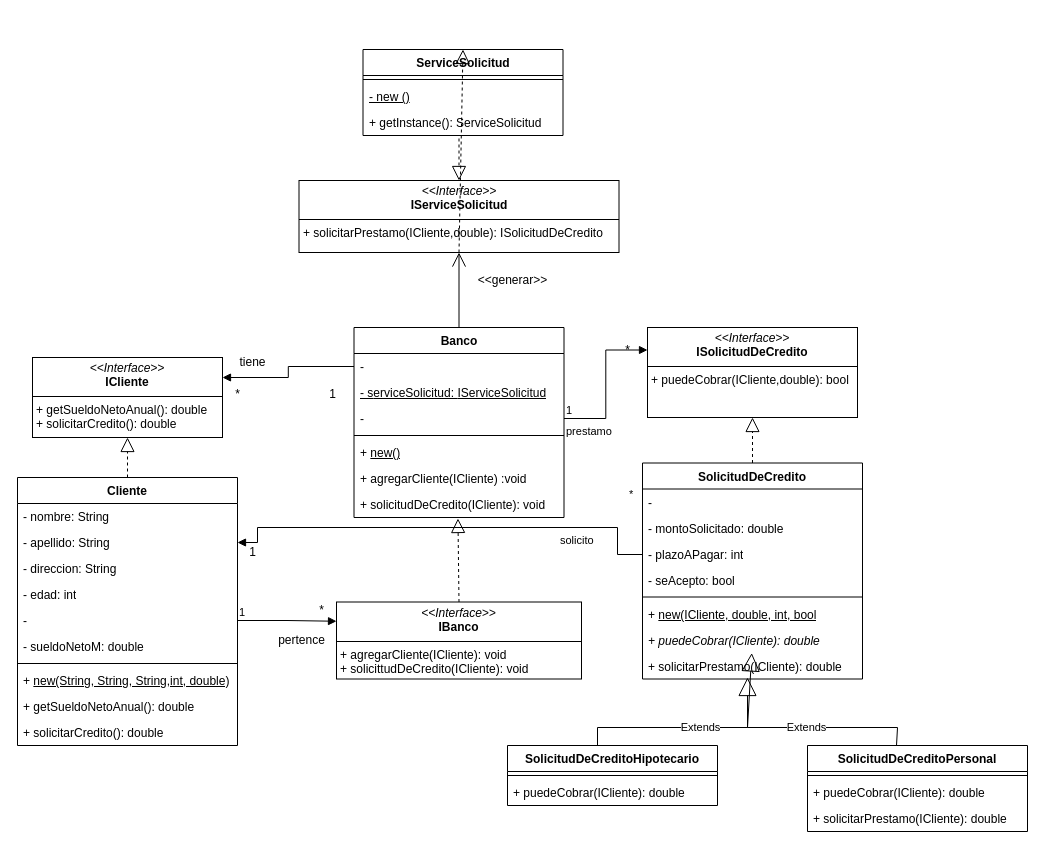
tomasmendoza-unq/objetos2 keeps this draw.io diagram as TP-SOLID/banco-prestamos.drawio. Above is the earlier version. Source tidied: cells renumbered, new cells numbered last; positions are measured from the earlier drawing's top-left corner, leaving out a move shared by most shapes. Both pictures are drawn from the tidied source at 100%, with x=0, y=0 at pixel (17, 49).
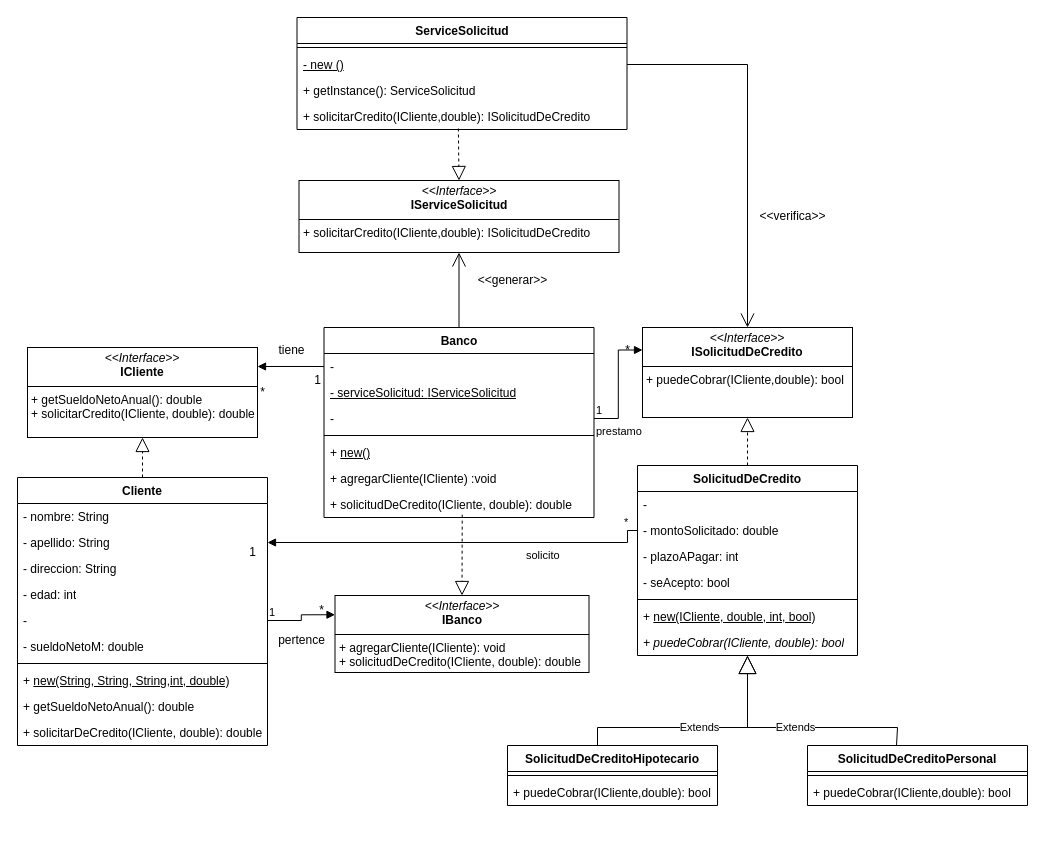
After the change.

The change refers to these unchanged cells:
```xml
<mxCell id="38" value="-" style="text;strokeColor=none;fillColor=none;align=left;verticalAlign=top;spacingLeft=4;spacingRight=4;overflow=hidden;points=[[0,0.5],[1,0.5]];portConstraint=eastwest;whiteSpace=wrap;html=1;" parent="37" vertex="1">
  <mxGeometry y="26" width="220" height="26" as="geometry" />
</mxCell>
<mxCell id="39" value="- montoSolicitado: double" style="text;strokeColor=none;fillColor=none;align=left;verticalAlign=top;spacingLeft=4;spacingRight=4;overflow=hidden;points=[[0,0.5],[1,0.5]];portConstraint=eastwest;whiteSpace=wrap;html=1;" parent="37" vertex="1">
  <mxGeometry y="52" width="220" height="26" as="geometry" />
</mxCell>
<mxCell id="50" value="SolicitudDeCreditoHipotecario" style="swimlane;fontStyle=1;align=center;verticalAlign=top;horizontal=1;startSize=26;whiteSpace=wrap;html=1;" parent="1" vertex="1">
  <mxGeometry x="490" y="696" width="210" height="60" as="geometry" />
</mxCell>
```

Change to the diagram source:
```diff
@@
     <mxCell id="2" value="Cliente" style="swimlane;fontStyle=1;align=center;verticalAlign=top;horizontal=1;startSize=26;whiteSpace=wrap;html=1;" parent="1" vertex="1">
-      <mxGeometry y="428" width="220" height="268" as="geometry" />
+      <mxGeometry y="428" width="250" height="268" as="geometry" />
     </mxCell>
     <mxCell id="3" value="- nombre: String" style="text;strokeColor=none;fillColor=none;align=left;verticalAlign=top;spacingLeft=4;spacingRight=4;overflow=hidden;whiteSpace=wrap;html=1;" parent="2" vertex="1">
-      <mxGeometry y="26" width="220" height="26" as="geometry" />
+      <mxGeometry y="26" width="250" height="26" as="geometry" />
     </mxCell>
     <mxCell id="4" value="- apellido: String" style="text;strokeColor=none;fillColor=none;align=left;verticalAlign=top;spacingLeft=4;spacingRight=4;overflow=hidden;points=[[0,0.5],[1,0.5]];portConstraint=eastwest;whiteSpace=wrap;html=1;" parent="2" vertex="1">
-      <mxGeometry y="52" width="220" height="26" as="geometry" />
+      <mxGeometry y="52" width="250" height="26" as="geometry" />
     </mxCell>
     <mxCell id="5" value="- direccion: String" style="text;strokeColor=none;fillColor=none;align=left;verticalAlign=top;spacingLeft=4;spacingRight=4;overflow=hidden;whiteSpace=wrap;html=1;" parent="2" vertex="1">
-      <mxGeometry y="78" width="220" height="26" as="geometry" />
+      <mxGeometry y="78" width="250" height="26" as="geometry" />
     </mxCell>
     <mxCell id="6" value="- edad: int" style="text;strokeColor=none;fillColor=none;align=left;verticalAlign=top;spacingLeft=4;spacingRight=4;overflow=hidden;whiteSpace=wrap;html=1;" parent="2" vertex="1">
-      <mxGeometry y="104" width="220" height="26" as="geometry" />
+      <mxGeometry y="104" width="250" height="26" as="geometry" />
     </mxCell>
     <mxCell id="7" value="-" style="text;strokeColor=none;fillColor=none;align=left;verticalAlign=top;spacingLeft=4;spacingRight=4;overflow=hidden;points=[[0,0.5],[1,0.5]];portConstraint=eastwest;whiteSpace=wrap;html=1;" parent="2" vertex="1">
-      <mxGeometry y="130" width="220" height="26" as="geometry" />
+      <mxGeometry y="130" width="250" height="26" as="geometry" />
     </mxCell>
     <mxCell id="8" value="- sueldoNetoM: double" style="text;strokeColor=none;fillColor=none;align=left;verticalAlign=top;spacingLeft=4;spacingRight=4;overflow=hidden;whiteSpace=wrap;html=1;" parent="2" vertex="1">
-      <mxGeometry y="156" width="220" height="26" as="geometry" />
+      <mxGeometry y="156" width="250" height="26" as="geometry" />
     </mxCell>
     <mxCell id="9" style="line;strokeWidth=1;fillColor=none;align=left;verticalAlign=middle;spacingTop=-1;spacingLeft=3;spacingRight=3;labelPosition=right;strokeColor=inherit;" parent="2" vertex="1">
-      <mxGeometry y="182" width="220" height="8" as="geometry" />
+      <mxGeometry y="182" width="250" height="8" as="geometry" />
     </mxCell>
     <mxCell id="10" value="+ &lt;u&gt;new(String, String, String,int, double)&lt;/u&gt;" style="text;strokeColor=none;fillColor=none;align=left;verticalAlign=top;spacingLeft=4;spacingRight=4;overflow=hidden;whiteSpace=wrap;html=1;" parent="2" vertex="1">
-      <mxGeometry y="190" width="220" height="26" as="geometry" />
+      <mxGeometry y="190" width="250" height="26" as="geometry" />
     </mxCell>
     <mxCell id="11" value="+ getSueldoNetoAnual(): double" style="text;strokeColor=none;fillColor=none;align=left;verticalAlign=top;spacingLeft=4;spacingRight=4;overflow=hidden;whiteSpace=wrap;html=1;" parent="2" vertex="1">
-      <mxGeometry y="216" width="220" height="26" as="geometry" />
+      <mxGeometry y="216" width="250" height="26" as="geometry" />
     </mxCell>
-    <mxCell id="12" value="+ solicitarCredito(): double" style="text;strokeColor=none;fillColor=none;align=left;verticalAlign=top;spacingLeft=4;spacingRight=4;overflow=hidden;whiteSpace=wrap;html=1;" parent="2" vertex="1">
-      <mxGeometry y="242" width="220" height="26" as="geometry" />
+    <mxCell id="12" value="+ solicitarDeCredito(ICliente, double): double" style="text;strokeColor=none;fillColor=none;align=left;verticalAlign=top;spacingLeft=4;spacingRight=4;overflow=hidden;whiteSpace=wrap;html=1;" parent="2" vertex="1">
+      <mxGeometry y="242" width="250" height="26" as="geometry" />
     </mxCell>
-    <mxCell id="13" value="&lt;p style=&quot;margin:0px;margin-top:4px;text-align:center;&quot;&gt;&lt;i&gt;&amp;lt;&amp;lt;Interface&amp;gt;&amp;gt;&lt;/i&gt;&lt;br&gt;&lt;b&gt;ICliente&lt;/b&gt;&lt;/p&gt;&lt;hr size=&quot;1&quot; style=&quot;border-style:solid;&quot;&gt;&lt;p style=&quot;margin:0px;margin-left:4px;&quot;&gt;+ getSueldoNetoAnual(): double&lt;/p&gt;&lt;p style=&quot;margin:0px;margin-left:4px;&quot;&gt;+ solicitarCredito(): double&lt;/p&gt;" style="verticalAlign=top;align=left;overflow=fill;html=1;whiteSpace=wrap;" parent="1" vertex="1">
-      <mxGeometry x="15" y="308" width="190" height="80" as="geometry" />
+    <mxCell id="13" value="&lt;p style=&quot;margin:0px;margin-top:4px;text-align:center;&quot;&gt;&lt;i&gt;&amp;lt;&amp;lt;Interface&amp;gt;&amp;gt;&lt;/i&gt;&lt;br&gt;&lt;b&gt;ICliente&lt;/b&gt;&lt;/p&gt;&lt;hr size=&quot;1&quot; style=&quot;border-style:solid;&quot;&gt;&lt;p style=&quot;margin:0px;margin-left:4px;&quot;&gt;+ getSueldoNetoAnual(): double&lt;/p&gt;&lt;p style=&quot;margin:0px;margin-left:4px;&quot;&gt;+ solicitarCredito(ICliente, double): double&lt;/p&gt;" style="verticalAlign=top;align=left;overflow=fill;html=1;whiteSpace=wrap;" parent="1" vertex="1">
+      <mxGeometry x="10" y="298" width="230" height="90" as="geometry" />
     </mxCell>
@@
     <mxCell id="15" value="Banco" style="swimlane;fontStyle=1;align=center;verticalAlign=top;horizontal=1;startSize=26;whiteSpace=wrap;html=1;" parent="1" vertex="1">
-      <mxGeometry x="336.5" y="278" width="210" height="190" as="geometry" />
+      <mxGeometry x="306.5" y="278" width="270" height="190" as="geometry" />
     </mxCell>
     <mxCell id="16" value="-&amp;nbsp;" style="text;strokeColor=none;fillColor=none;align=left;verticalAlign=top;spacingLeft=4;spacingRight=4;overflow=hidden;points=[[0,0.5],[1,0.5]];portConstraint=eastwest;whiteSpace=wrap;html=1;" parent="15" vertex="1">
-      <mxGeometry y="26" width="210" height="26" as="geometry" />
+      <mxGeometry y="26" width="270" height="26" as="geometry" />
     </mxCell>
     <mxCell id="17" value="&lt;u&gt;- s&lt;/u&gt;&lt;u&gt;erviceSolicitud:&amp;nbsp;&lt;/u&gt;&lt;u&gt;IServiceSolicitud&lt;/u&gt;" style="text;strokeColor=none;fillColor=none;align=left;verticalAlign=top;spacingLeft=4;spacingRight=4;overflow=hidden;whiteSpace=wrap;html=1;" parent="15" vertex="1">
-      <mxGeometry y="52" width="210" height="26" as="geometry" />
+      <mxGeometry y="52" width="270" height="26" as="geometry" />
     </mxCell>
     <mxCell id="18" value="-" style="text;strokeColor=none;fillColor=none;align=left;verticalAlign=top;spacingLeft=4;spacingRight=4;overflow=hidden;points=[[0,0.5],[1,0.5]];portConstraint=eastwest;whiteSpace=wrap;html=1;" parent="15" vertex="1">
-      <mxGeometry y="78" width="210" height="26" as="geometry" />
+      <mxGeometry y="78" width="270" height="26" as="geometry" />
     </mxCell>
     <mxCell id="19" style="line;strokeWidth=1;fillColor=none;align=left;verticalAlign=middle;spacingTop=-1;spacingLeft=3;spacingRight=3;labelPosition=right;strokeColor=inherit;" parent="15" vertex="1">
-      <mxGeometry y="104" width="210" height="8" as="geometry" />
+      <mxGeometry y="104" width="270" height="8" as="geometry" />
     </mxCell>
     <mxCell id="20" value="+ &lt;u&gt;new()&lt;/u&gt;" style="text;strokeColor=none;fillColor=none;align=left;verticalAlign=top;spacingLeft=4;spacingRight=4;overflow=hidden;whiteSpace=wrap;html=1;" parent="15" vertex="1">
-      <mxGeometry y="112" width="210" height="26" as="geometry" />
+      <mxGeometry y="112" width="270" height="26" as="geometry" />
     </mxCell>
     <mxCell id="21" value="+ agregarCliente(ICliente) :void" style="text;strokeColor=none;fillColor=none;align=left;verticalAlign=top;spacingLeft=4;spacingRight=4;overflow=hidden;whiteSpace=wrap;html=1;" parent="15" vertex="1">
-      <mxGeometry y="138" width="210" height="26" as="geometry" />
+      <mxGeometry y="138" width="270" height="26" as="geometry" />
     </mxCell>
-    <mxCell id="22" value="+ solicitudDeCredito(ICliente): void" style="text;strokeColor=none;fillColor=none;align=left;verticalAlign=top;spacingLeft=4;spacingRight=4;overflow=hidden;points=[[0,0.5],[1,0.5]];portConstraint=eastwest;whiteSpace=wrap;html=1;" parent="15" vertex="1">
-      <mxGeometry y="164" width="210" height="26" as="geometry" />
+    <mxCell id="22" value="+ solicitudDeCredito(ICliente, double): double" style="text;strokeColor=none;fillColor=none;align=left;verticalAlign=top;spacingLeft=4;spacingRight=4;overflow=hidden;points=[[0,0.5],[1,0.5]];portConstraint=eastwest;whiteSpace=wrap;html=1;" parent="15" vertex="1">
+      <mxGeometry y="164" width="270" height="26" as="geometry" />
     </mxCell>
     <mxCell id="23" value="*" style="text;html=1;align=center;verticalAlign=middle;strokeColor=none;fillColor=none;" parent="1" vertex="1">
-      <mxGeometry x="205" y="330" width="30" height="30" as="geometry" />
+      <mxGeometry x="230" y="328" width="30" height="30" as="geometry" />
     </mxCell>
-    <mxCell id="24" value="&lt;p style=&quot;margin:0px;margin-top:4px;text-align:center;&quot;&gt;&lt;i&gt;&amp;lt;&amp;lt;Interface&amp;gt;&amp;gt;&lt;/i&gt;&lt;br&gt;&lt;b&gt;IBanco&lt;/b&gt;&lt;/p&gt;&lt;hr size=&quot;1&quot; style=&quot;border-style:solid;&quot;&gt;&lt;p style=&quot;margin:0px;margin-left:4px;&quot;&gt;+ agregarCliente(ICliente): void&lt;/p&gt;&lt;p style=&quot;margin:0px;margin-left:4px;&quot;&gt;+ solicittudDeCredito(ICliente): void&lt;/p&gt;" style="verticalAlign=top;align=left;overflow=fill;html=1;whiteSpace=wrap;" parent="1" vertex="1">
-      <mxGeometry x="319" y="552.5" width="245" height="77" as="geometry" />
+    <mxCell id="24" value="&lt;p style=&quot;margin:0px;margin-top:4px;text-align:center;&quot;&gt;&lt;i&gt;&amp;lt;&amp;lt;Interface&amp;gt;&amp;gt;&lt;/i&gt;&lt;br&gt;&lt;b&gt;IBanco&lt;/b&gt;&lt;/p&gt;&lt;hr size=&quot;1&quot; style=&quot;border-style:solid;&quot;&gt;&lt;p style=&quot;margin:0px;margin-left:4px;&quot;&gt;+ agregarCliente(ICliente): void&lt;/p&gt;&lt;p style=&quot;margin:0px;margin-left:4px;&quot;&gt;+ solicitudDeCredito(ICliente, double): double&lt;/p&gt;" style="verticalAlign=top;align=left;overflow=fill;html=1;whiteSpace=wrap;" parent="1" vertex="1">
+      <mxGeometry x="317.5" y="546" width="254" height="77" as="geometry" />
     </mxCell>
@@
     <mxCell id="26" value="tiene" style="text;html=1;align=center;verticalAlign=middle;strokeColor=none;fillColor=none;" parent="1" vertex="1">
-      <mxGeometry x="210" y="298" width="50" height="30" as="geometry" />
+      <mxGeometry x="249" y="286" width="50" height="30" as="geometry" />
     </mxCell>
     <mxCell id="27" value="1" style="text;html=1;align=center;verticalAlign=middle;strokeColor=none;fillColor=none;" parent="1" vertex="1">
-      <mxGeometry x="300" y="330" width="30" height="30" as="geometry" />
+      <mxGeometry x="284.5" y="316" width="30" height="30" as="geometry" />
     </mxCell>
-    <mxCell id="28" style="endArrow=block;endFill=1;html=1;edgeStyle=orthogonalEdgeStyle;align=left;verticalAlign=top;rounded=0;exitX=0;exitY=0.5;exitDx=0;exitDy=0;entryX=1;entryY=0.25;entryDx=0;entryDy=0;" parent="1" edge="1" source="16" target="13">
+    <mxCell id="28" style="endArrow=block;endFill=1;html=1;edgeStyle=orthogonalEdgeStyle;align=left;verticalAlign=top;rounded=0;exitX=0;exitY=0.5;exitDx=0;exitDy=0;entryX=1;entryY=0.211;entryDx=0;entryDy=0;entryPerimeter=0;" parent="1" edge="1" source="16" target="13">
       <mxGeometry x="-1" relative="1" as="geometry" />
     </mxCell>
@@
-    <mxCell id="32" style="endArrow=block;dashed=1;endFill=0;endSize=12;html=1;rounded=0;exitX=0.5;exitY=0;exitDx=0;exitDy=0;entryX=0.495;entryY=1.038;entryDx=0;entryDy=0;entryPerimeter=0;" parent="1" edge="1" source="24" target="22">
-      <mxGeometry relative="1" as="geometry" />
-    </mxCell>
     <mxCell id="33" value="&lt;p style=&quot;margin:0px;margin-top:4px;text-align:center;&quot;&gt;&lt;i&gt;&amp;lt;&amp;lt;Interface&amp;gt;&amp;gt;&lt;/i&gt;&lt;br&gt;&lt;b&gt;ISolicitudDeCredito&lt;/b&gt;&lt;/p&gt;&lt;hr size=&quot;1&quot; style=&quot;border-style:solid;&quot;&gt;&lt;p style=&quot;margin:0px;margin-left:4px;&quot;&gt;&lt;span style=&quot;background-color: transparent; color: light-dark(rgb(0, 0, 0), rgb(255, 255, 255));&quot;&gt;+ puedeCobrar(ICliente,double): bool&lt;/span&gt;&lt;/p&gt;" style="verticalAlign=top;align=left;overflow=fill;html=1;whiteSpace=wrap;" parent="1" vertex="1">
-      <mxGeometry x="630" y="278" width="210" height="90" as="geometry" />
+      <mxGeometry x="625" y="278" width="210" height="90" as="geometry" />
     </mxCell>
@@
     <mxCell id="37" value="SolicitudDeCredito" style="swimlane;fontStyle=1;align=center;verticalAlign=top;horizontal=1;startSize=26;whiteSpace=wrap;html=1;" parent="1" vertex="1">
-      <mxGeometry x="625" y="413.5" width="220" height="216" as="geometry" />
+      <mxGeometry x="620" y="416" width="220" height="190" as="geometry" />
     </mxCell>
@@
-    <mxCell id="43" value="+ &lt;u&gt;new(ICliente, double, int, bool&lt;/u&gt;" style="text;strokeColor=none;fillColor=none;align=left;verticalAlign=top;spacingLeft=4;spacingRight=4;overflow=hidden;whiteSpace=wrap;html=1;" parent="37" vertex="1">
+    <mxCell id="43" value="+ &lt;u&gt;new(ICliente, double, int, bool)&lt;/u&gt;" style="text;strokeColor=none;fillColor=none;align=left;verticalAlign=top;spacingLeft=4;spacingRight=4;overflow=hidden;whiteSpace=wrap;html=1;" parent="37" vertex="1">
       <mxGeometry y="138" width="220" height="26" as="geometry" />
     </mxCell>
-    <mxCell id="44" value="&lt;i&gt;+ puedeCobrar(ICliente): double&lt;/i&gt;" style="text;strokeColor=none;fillColor=none;align=left;verticalAlign=top;spacingLeft=4;spacingRight=4;overflow=hidden;points=[[0,0.5],[1,0.5]];portConstraint=eastwest;whiteSpace=wrap;html=1;" parent="37" vertex="1">
+    <mxCell id="44" value="&lt;i&gt;+ puedeCobrar(ICliente, double): bool&lt;/i&gt;" style="text;strokeColor=none;fillColor=none;align=left;verticalAlign=top;spacingLeft=4;spacingRight=4;overflow=hidden;points=[[0,0.5],[1,0.5]];portConstraint=eastwest;whiteSpace=wrap;html=1;" parent="37" vertex="1">
       <mxGeometry y="164" width="220" height="26" as="geometry" />
     </mxCell>
-    <mxCell id="45" value="+ solicitarPrestamo(ICliente): double" style="text;strokeColor=none;fillColor=none;align=left;verticalAlign=top;spacingLeft=4;spacingRight=4;overflow=hidden;whiteSpace=wrap;html=1;" parent="37" vertex="1">
-      <mxGeometry y="190" width="220" height="26" as="geometry" />
-    </mxCell>
@@
-    <mxCell id="47" value="solicito" style="endArrow=block;endFill=1;html=1;edgeStyle=orthogonalEdgeStyle;align=left;verticalAlign=top;rounded=0;exitX=0;exitY=0.5;exitDx=0;exitDy=0;entryX=1;entryY=0.5;entryDx=0;entryDy=0;" parent="1" edge="1" source="38" target="4">
+    <mxCell id="47" value="solicito" style="endArrow=block;endFill=1;html=1;edgeStyle=orthogonalEdgeStyle;align=left;verticalAlign=top;rounded=0;entryX=1;entryY=0.5;entryDx=0;entryDy=0;exitX=0;exitY=0.5;exitDx=0;exitDy=0;" parent="1" edge="1" source="39" target="4">
       <mxGeometry x="-0.34" relative="1" as="geometry">
         <Array as="points">
-          <mxPoint x="600" y="505" />
-          <mxPoint x="600" y="478" />
-          <mxPoint x="240" y="478" />
-          <mxPoint x="240" y="493" />
+          <mxPoint x="610" y="481" />
+          <mxPoint x="610" y="493" />
         </Array>
         <mxPoint x="1" as="offset" />
       </mxGeometry>
     </mxCell>
@@
-    <mxCell id="52" value="+ puedeCobrar(ICliente): double" style="text;strokeColor=none;fillColor=none;align=left;verticalAlign=top;spacingLeft=4;spacingRight=4;overflow=hidden;whiteSpace=wrap;html=1;" parent="50" vertex="1">
+    <mxCell id="52" value="+ puedeCobrar(ICliente,double): bool" style="text;strokeColor=none;fillColor=none;align=left;verticalAlign=top;spacingLeft=4;spacingRight=4;overflow=hidden;whiteSpace=wrap;html=1;" parent="50" vertex="1">
       <mxGeometry y="34" width="210" height="26" as="geometry" />
     </mxCell>
     <mxCell id="53" value="SolicitudDeCreditoPersonal" style="swimlane;fontStyle=1;align=center;verticalAlign=top;horizontal=1;startSize=26;whiteSpace=wrap;html=1;" parent="1" vertex="1">
-      <mxGeometry x="790" y="696" width="220" height="86" as="geometry" />
+      <mxGeometry x="790" y="696" width="220" height="60" as="geometry" />
     </mxCell>
@@
-    <mxCell id="55" value="+ puedeCobrar(ICliente): double" style="text;strokeColor=none;fillColor=none;align=left;verticalAlign=top;spacingLeft=4;spacingRight=4;overflow=hidden;whiteSpace=wrap;html=1;" parent="53" vertex="1">
+    <mxCell id="55" value="+ puedeCobrar(ICliente,double): bool" style="text;strokeColor=none;fillColor=none;align=left;verticalAlign=top;spacingLeft=4;spacingRight=4;overflow=hidden;whiteSpace=wrap;html=1;" parent="53" vertex="1">
       <mxGeometry y="34" width="220" height="26" as="geometry" />
     </mxCell>
-    <mxCell id="56" value="+ solicitarPrestamo(ICliente): double" style="text;strokeColor=none;fillColor=none;align=left;verticalAlign=top;spacingLeft=4;spacingRight=4;overflow=hidden;whiteSpace=wrap;html=1;" parent="53" vertex="1">
-      <mxGeometry y="60" width="220" height="26" as="geometry" />
-    </mxCell>
@@
-    <mxCell id="58" value="Extends" style="endArrow=block;endSize=16;endFill=0;html=1;rounded=0;exitX=0.5;exitY=0;exitDx=0;exitDy=0;" parent="1" edge="1">
+    <mxCell id="58" value="Extends" style="endArrow=block;endSize=16;endFill=0;html=1;rounded=0;exitX=0.5;exitY=0;exitDx=0;exitDy=0;" parent="1" edge="1" target="44">
       <mxGeometry relative="1" as="geometry">
         <mxPoint x="879" y="696" as="sourcePoint" />
-        <mxPoint x="730" y="628" as="targetPoint" />
         <Array as="points">
           <mxPoint x="880" y="678" />
           <mxPoint x="730" y="678" />
         </Array>
       </mxGeometry>
     </mxCell>
-    <mxCell id="59" value="&lt;p style=&quot;margin:0px;margin-top:4px;text-align:center;&quot;&gt;&lt;i&gt;&amp;lt;&amp;lt;Interface&amp;gt;&amp;gt;&lt;/i&gt;&lt;br&gt;&lt;b&gt;IServiceSolicitud&lt;/b&gt;&lt;/p&gt;&lt;hr size=&quot;1&quot; style=&quot;border-style:solid;&quot;&gt;&lt;p style=&quot;margin:0px;margin-left:4px;&quot;&gt;+ solicitarPrestamo(ICliente,double): ISolicitudDeCredito&lt;/p&gt;" style="verticalAlign=top;align=left;overflow=fill;html=1;whiteSpace=wrap;" parent="1" vertex="1">
+    <mxCell id="59" value="&lt;p style=&quot;margin:0px;margin-top:4px;text-align:center;&quot;&gt;&lt;i&gt;&amp;lt;&amp;lt;Interface&amp;gt;&amp;gt;&lt;/i&gt;&lt;br&gt;&lt;b&gt;IServiceSolicitud&lt;/b&gt;&lt;/p&gt;&lt;hr size=&quot;1&quot; style=&quot;border-style:solid;&quot;&gt;&lt;p style=&quot;margin:0px;margin-left:4px;&quot;&gt;+ solicitarCredito(ICliente,double): ISolicitudDeCredito&lt;/p&gt;" style="verticalAlign=top;align=left;overflow=fill;html=1;whiteSpace=wrap;" parent="1" vertex="1">
       <mxGeometry x="281.5" y="131" width="320" height="72" as="geometry" />
     </mxCell>
     <mxCell id="60" value="ServiceSolicitud" style="swimlane;fontStyle=1;align=center;verticalAlign=top;horizontal=1;startSize=26;whiteSpace=wrap;html=1;" parent="1" vertex="1">
-      <mxGeometry x="345.5" width="200" height="86" as="geometry" />
+      <mxGeometry x="279.5" y="-32" width="330" height="112" as="geometry" />
     </mxCell>
     <mxCell id="61" style="line;strokeWidth=1;fillColor=none;align=left;verticalAlign=middle;spacingTop=-1;spacingLeft=3;spacingRight=3;labelPosition=right;strokeColor=inherit;" parent="60" vertex="1">
-      <mxGeometry y="26" width="200" height="8" as="geometry" />
+      <mxGeometry y="26" width="330" height="8" as="geometry" />
     </mxCell>
     <mxCell id="62" value="&lt;u&gt;- new ()&lt;/u&gt;" style="text;strokeColor=none;fillColor=none;align=left;verticalAlign=top;spacingLeft=4;spacingRight=4;overflow=hidden;points=[[0,0.5],[1,0.5]];portConstraint=eastwest;whiteSpace=wrap;html=1;" parent="60" vertex="1">
-      <mxGeometry y="34" width="200" height="26" as="geometry" />
+      <mxGeometry y="34" width="330" height="26" as="geometry" />
     </mxCell>
     <mxCell id="63" value="+ getInstance(): ServiceSolicitud" style="text;strokeColor=none;fillColor=none;align=left;verticalAlign=top;spacingLeft=4;spacingRight=4;overflow=hidden;points=[[0,0.5],[1,0.5]];portConstraint=eastwest;whiteSpace=wrap;html=1;" parent="60" vertex="1">
-      <mxGeometry y="60" width="200" height="26" as="geometry" />
+      <mxGeometry y="60" width="330" height="26" as="geometry" />
     </mxCell>
+    <mxCell id="68" value="+ solicitarCredito(ICliente,double): ISolicitudDeCredito" style="text;strokeColor=none;fillColor=none;align=left;verticalAlign=top;spacingLeft=4;spacingRight=4;overflow=hidden;points=[[0,0.5],[1,0.5]];portConstraint=eastwest;whiteSpace=wrap;html=1;" parent="60" vertex="1">
+      <mxGeometry y="86" width="330" height="26" as="geometry" />
+    </mxCell>
-    <mxCell id="64" style="endArrow=block;dashed=1;endFill=0;endSize=12;html=1;rounded=0;exitX=0.48;exitY=1.115;exitDx=0;exitDy=0;exitPerimeter=0;entryX=0.5;entryY=0;entryDx=0;entryDy=0;" parent="1" edge="1" source="63" target="59">
+    <mxCell id="64" style="endArrow=block;dashed=1;endFill=0;endSize=12;html=1;rounded=0;entryX=0.5;entryY=0;entryDx=0;entryDy=0;exitX=0.489;exitY=0.962;exitDx=0;exitDy=0;exitPerimeter=0;" parent="1" edge="1" source="68" target="59">
       <mxGeometry relative="1" as="geometry" />
     </mxCell>
-    <mxCell id="65" style="endArrow=block;dashed=1;endFill=0;endSize=12;html=1;rounded=0;exitX=0.5;exitY=1;exitDx=0;exitDy=0;entryX=0.5;entryY=0;entryDx=0;entryDy=0;" parent="1" edge="1" source="59" target="60">
-      <mxGeometry relative="1" as="geometry" />
-    </mxCell>
@@
+    <mxCell id="69" style="endArrow=open;endFill=1;endSize=12;html=1;rounded=0;exitX=1;exitY=0.5;exitDx=0;exitDy=0;entryX=0.5;entryY=0;entryDx=0;entryDy=0;" parent="1" edge="1" source="62" target="33">
+      <mxGeometry relative="1" as="geometry">
+        <Array as="points">
+          <mxPoint x="730" y="15" />
+        </Array>
+      </mxGeometry>
+    </mxCell>
+    <mxCell id="70" value="&amp;lt;&amp;lt;verifica&amp;gt;&amp;gt;" style="text;html=1;align=center;verticalAlign=middle;strokeColor=none;fillColor=none;" parent="1" vertex="1">
+      <mxGeometry x="730" y="152" width="90" height="30" as="geometry" />
+    </mxCell>
+    <mxCell id="71" style="endArrow=block;dashed=1;endFill=0;endSize=12;html=1;rounded=0;exitX=0.512;exitY=0.891;exitDx=0;exitDy=0;exitPerimeter=0;entryX=0.5;entryY=0;entryDx=0;entryDy=0;" parent="1" edge="1" source="22" target="24">
+      <mxGeometry relative="1" as="geometry" />
+    </mxCell>
```
